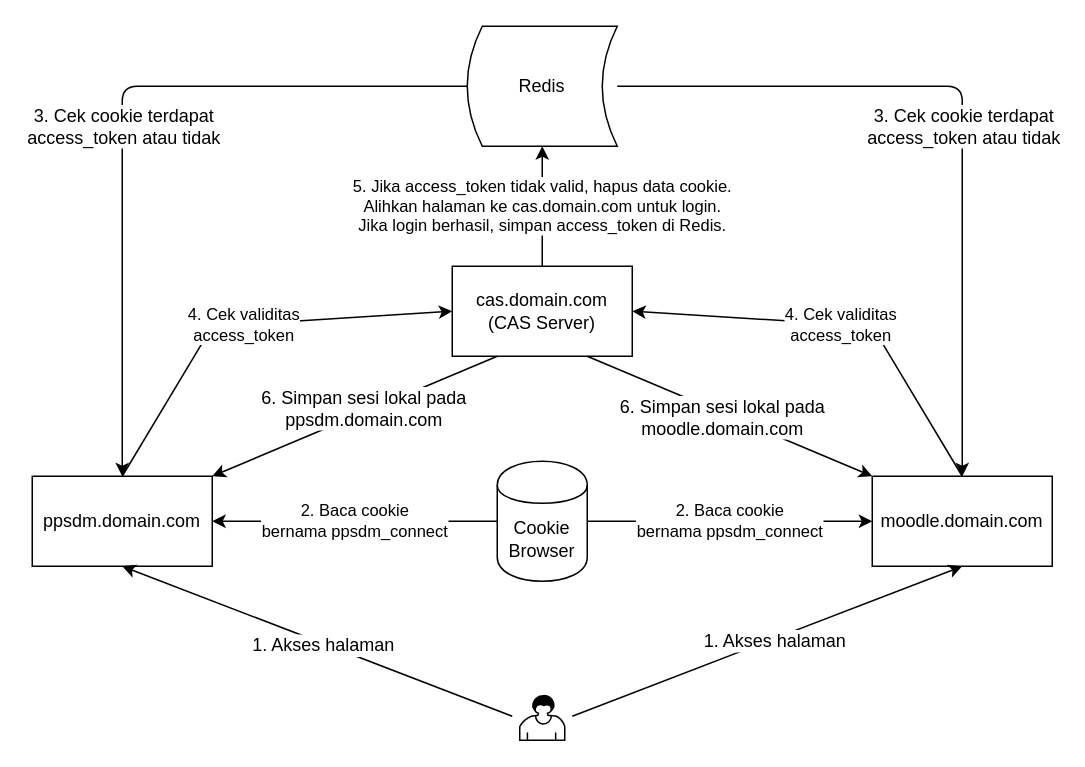
The draw.io diagram Untitled Diagram.drawio in nmfzone/Learning, before the edit. Source tidied: cells renumbered, new cells numbered last; positions are measured from the earlier drawing's top-left corner, leaving out a move shared by most shapes. Both pictures are drawn from the tidied source at 150%, with x=0, y=0 at pixel (32, 26).
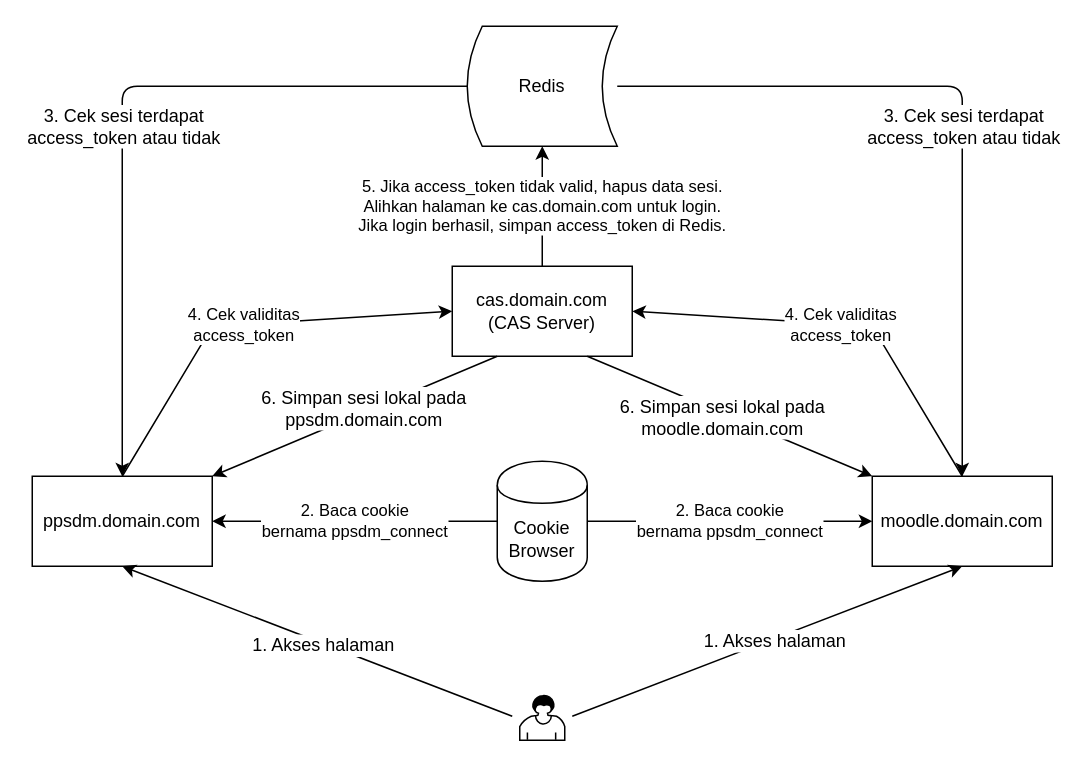
After the change.

Unchanged cells that the change refers to:
```xml
<mxCell id="5" value="cas.domain.com&lt;br&gt;(CAS Server)" style="rounded=0;whiteSpace=wrap;html=1;" parent="1" vertex="1">
  <mxGeometry x="280" y="160" width="120" height="60" as="geometry" />
</mxCell>
<mxCell id="11" value="Redis" style="shape=dataStorage;whiteSpace=wrap;html=1;" parent="1" vertex="1">
  <mxGeometry x="290" width="100" height="80" as="geometry" />
</mxCell>
<mxCell id="13" style="endArrow=classic;html=1;exitX=0;exitY=0.5;exitDx=0;exitDy=0;entryX=0.5;entryY=0;entryDx=0;entryDy=0;" parent="1" edge="1" source="11" target="3">
  <mxGeometry relative="1" as="geometry">
    <Array as="points">
      <mxPoint x="60" y="40" />
    </Array>
  </mxGeometry>
</mxCell>
<mxCell id="15" style="endArrow=classic;html=1;entryX=0.5;entryY=0;entryDx=0;entryDy=0;" parent="1" edge="1" target="4">
  <mxGeometry relative="1" as="geometry">
    <mxPoint x="390" y="40" as="sourcePoint" />
    <Array as="points">
      <mxPoint x="620" y="40" />
    </Array>
  </mxGeometry>
</mxCell>
```

Diff of the diagram source:
```diff
@@
-    <mxCell id="14" value="3. Cek cookie terdapat&lt;br&gt;access_token atau tidak" style="text;html=1;align=center;verticalAlign=middle;labelBackgroundColor=#ffffff;" parent="13" vertex="1">
+    <mxCell id="14" value="3. Cek sesi terdapat&lt;br&gt;access_token atau tidak" style="text;html=1;align=center;verticalAlign=middle;labelBackgroundColor=#ffffff;" parent="13" vertex="1">
       <mxGeometry x="-0.06" y="26" relative="1" as="geometry">
         <mxPoint x="-26" y="26" as="offset" />
       </mxGeometry>
     </mxCell>
@@
-    <mxCell id="16" value="3. Cek cookie terdapat&lt;br&gt;access_token atau tidak" style="text;html=1;align=center;verticalAlign=middle;labelBackgroundColor=#ffffff;" parent="15" vertex="1">
+    <mxCell id="16" value="3. Cek sesi terdapat&lt;br&gt;access_token atau tidak" style="text;html=1;align=center;verticalAlign=middle;labelBackgroundColor=#ffffff;" parent="15" vertex="1">
       <mxGeometry x="-0.06" y="26" relative="1" as="geometry">
         <mxPoint x="-26" y="26" as="offset" />
       </mxGeometry>
     </mxCell>
@@
-    <mxCell id="19" value="5. Jika access_token tidak valid, hapus data cookie.&lt;br&gt;Alihkan halaman ke cas.domain.com untuk login.&lt;br&gt;Jika login berhasil, simpan access_token di Redis." style="endArrow=classic;html=1;exitX=0.5;exitY=0;exitDx=0;exitDy=0;entryX=0.5;entryY=1;entryDx=0;entryDy=0;" parent="1" edge="1" source="5" target="11">
+    <mxCell id="19" value="5. Jika access_token tidak valid, hapus data sesi.&lt;br&gt;Alihkan halaman ke cas.domain.com untuk login.&lt;br&gt;Jika login berhasil, simpan access_token di Redis." style="endArrow=classic;html=1;exitX=0.5;exitY=0;exitDx=0;exitDy=0;entryX=0.5;entryY=1;entryDx=0;entryDy=0;" parent="1" edge="1" source="5" target="11">
       <mxGeometry relative="1" as="geometry" />
     </mxCell>
```
